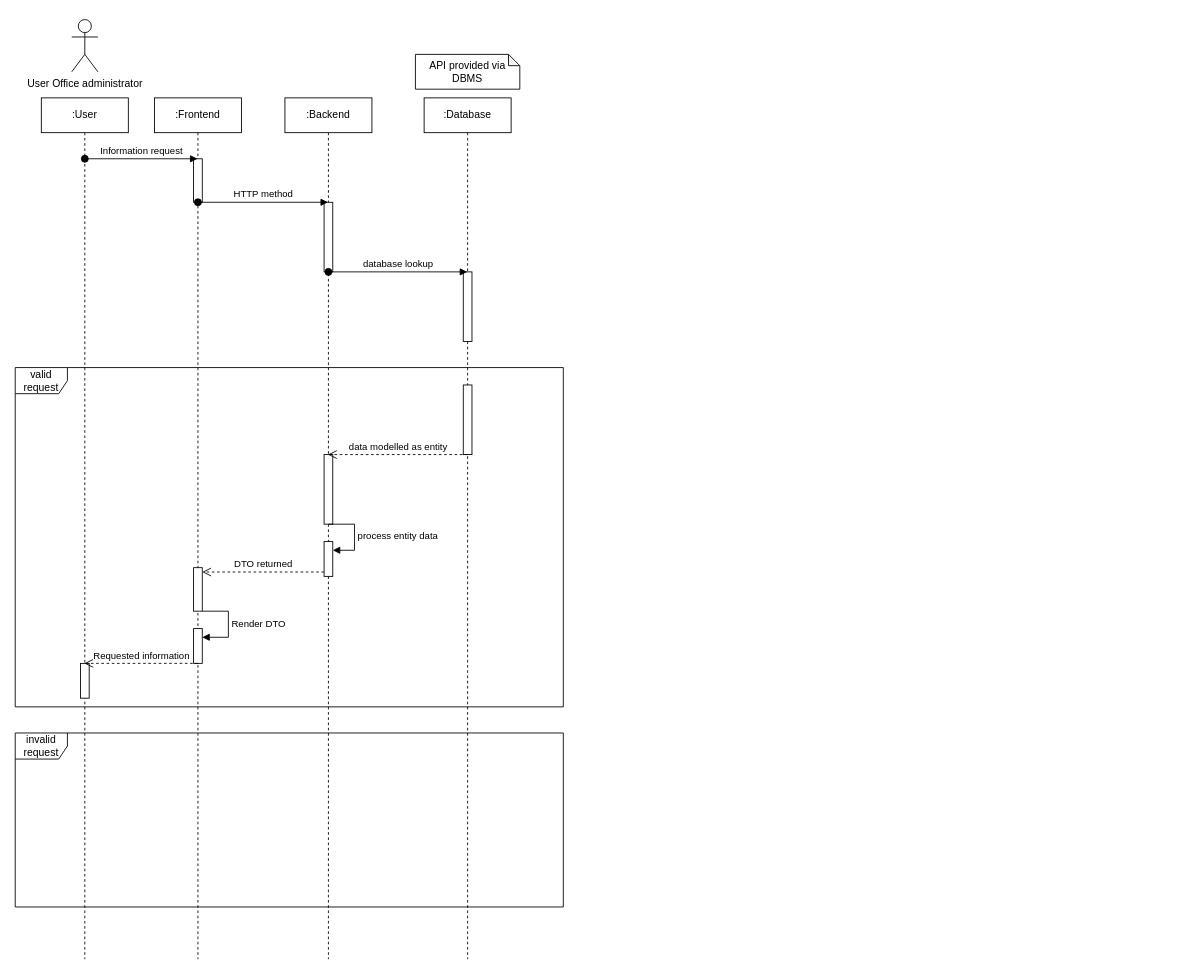
Before: Visits service diagram.drawio in ambolt314/FinalProjectDesign, a draw.io diagram. Source tidied: cells renumbered, new cells numbered last; positions are measured from the earlier drawing's top-left corner, leaving out a move shared by most shapes. Both pictures are drawn from the tidied source at 87%, with x=0, y=0 at pixel (15, 19).
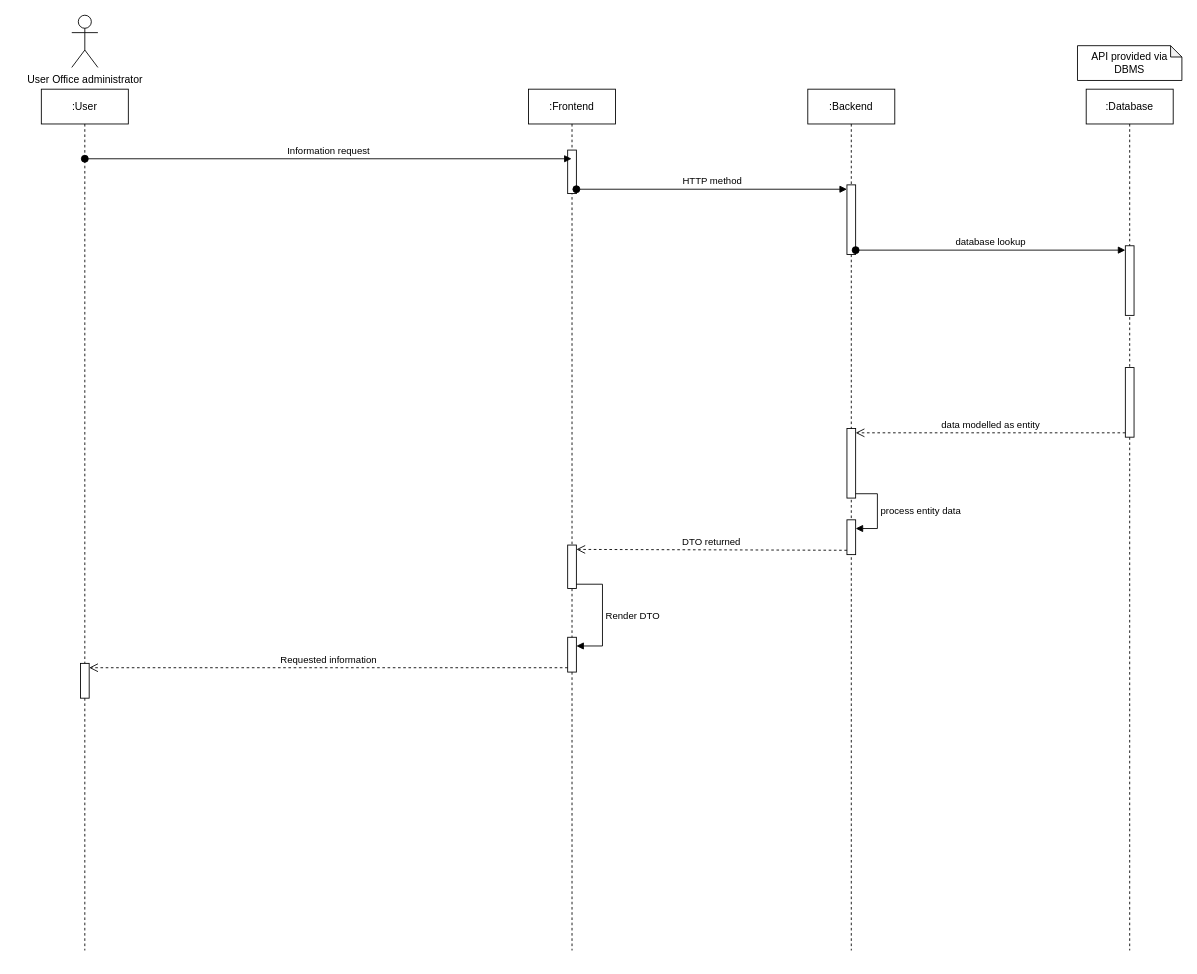
Above is the later version.

The change refers to these unchanged cells:
```xml
<mxCell id="3" style="html=1;points=[[0,0,0,0,5],[0,1,0,0,-5],[1,0,0,0,5],[1,1,0,0,-5]];perimeter=orthogonalPerimeter;outlineConnect=0;targetShapes=umlLifeline;portConstraint=eastwest;newEdgeStyle={&quot;curved&quot;:0,&quot;rounded&quot;:0};" parent="2" vertex="1">
  <mxGeometry x="45" y="70" width="10" height="50" as="geometry" />
</mxCell>
<mxCell id="25" style="html=1;points=[[0,0,0,0,5],[0,1,0,0,-5],[1,0,0,0,5],[1,1,0,0,-5]];perimeter=orthogonalPerimeter;outlineConnect=0;targetShapes=umlLifeline;portConstraint=eastwest;newEdgeStyle={&quot;curved&quot;:0,&quot;rounded&quot;:0};" parent="1" vertex="1">
  <mxGeometry x="75" y="740" width="10" height="40" as="geometry" />
</mxCell>
```

The edit, as a diff of the source:
```diff
@@
     <mxCell id="2" value=":Frontend" style="shape=umlLifeline;perimeter=lifelinePerimeter;whiteSpace=wrap;html=1;outlineConnect=0;portConstraint=eastwest;newEdgeStyle={&quot;curved&quot;:0,&quot;rounded&quot;:0};" parent="1" vertex="1">
-      <mxGeometry x="160" y="90" width="100" height="990" as="geometry" />
+      <mxGeometry x="590" y="80" width="100" height="990" as="geometry" />
     </mxCell>
@@
     <mxCell id="4" style="html=1;points=[[0,0,0,0,5],[0,1,0,0,-5],[1,0,0,0,5],[1,1,0,0,-5]];perimeter=orthogonalPerimeter;outlineConnect=0;targetShapes=umlLifeline;portConstraint=eastwest;newEdgeStyle={&quot;curved&quot;:0,&quot;rounded&quot;:0};" parent="2" vertex="1">
-      <mxGeometry x="45" y="540" width="10" height="50" as="geometry" />
+      <mxGeometry x="45" y="524" width="10" height="50" as="geometry" />
     </mxCell>
+    <mxCell id="23" style="html=1;points=[[0,0,0,0,5],[0,1,0,0,-5],[1,0,0,0,5],[1,1,0,0,-5]];perimeter=orthogonalPerimeter;outlineConnect=0;targetShapes=umlLifeline;portConstraint=eastwest;newEdgeStyle={&quot;curved&quot;:0,&quot;rounded&quot;:0};" parent="2" vertex="1">
+      <mxGeometry x="45" y="630" width="10" height="40" as="geometry" />
+    </mxCell>
+    <mxCell id="24" value="Render DTO" style="html=1;align=left;spacingLeft=2;endArrow=block;rounded=0;edgeStyle=orthogonalEdgeStyle;curved=0;rounded=0;exitX=1;exitY=1;exitDx=0;exitDy=-5;exitPerimeter=0;" parent="2" edge="1" source="4" target="23">
+      <mxGeometry relative="1" as="geometry">
+        <Array as="points">
+          <mxPoint x="85" y="569" />
+          <mxPoint x="85" y="640" />
+        </Array>
+      </mxGeometry>
+    </mxCell>
     <mxCell id="5" value=":Backend" style="shape=umlLifeline;perimeter=lifelinePerimeter;whiteSpace=wrap;html=1;outlineConnect=0;portConstraint=eastwest;newEdgeStyle={&quot;curved&quot;:0,&quot;rounded&quot;:0};" parent="1" vertex="1">
-      <mxGeometry x="310" y="90" width="100" height="990" as="geometry" />
+      <mxGeometry x="911" y="80" width="100" height="990" as="geometry" />
     </mxCell>
     <mxCell id="6" style="html=1;points=[[0,0,0,0,5],[0,1,0,0,-5],[1,0,0,0,5],[1,1,0,0,-5]];perimeter=orthogonalPerimeter;outlineConnect=0;targetShapes=umlLifeline;portConstraint=eastwest;newEdgeStyle={&quot;curved&quot;:0,&quot;rounded&quot;:0};" parent="5" vertex="1">
-      <mxGeometry x="45" y="120" width="10" height="80" as="geometry" />
+      <mxGeometry x="45" y="110" width="10" height="80" as="geometry" />
     </mxCell>
+    <mxCell id="18" style="html=1;points=[[0,0,0,0,5],[0,1,0,0,-5],[1,0,0,0,5],[1,1,0,0,-5]];perimeter=orthogonalPerimeter;outlineConnect=0;targetShapes=umlLifeline;portConstraint=eastwest;newEdgeStyle={&quot;curved&quot;:0,&quot;rounded&quot;:0};" parent="5" vertex="1">
+      <mxGeometry x="45" y="390" width="10" height="80" as="geometry" />
+    </mxCell>
+    <mxCell id="21" style="html=1;points=[[0,0,0,0,5],[0,1,0,0,-5],[1,0,0,0,5],[1,1,0,0,-5]];perimeter=orthogonalPerimeter;outlineConnect=0;targetShapes=umlLifeline;portConstraint=eastwest;newEdgeStyle={&quot;curved&quot;:0,&quot;rounded&quot;:0};" parent="5" vertex="1">
+      <mxGeometry x="45" y="495" width="10" height="40" as="geometry" />
+    </mxCell>
+    <mxCell id="22" value="process entity data" style="html=1;align=left;spacingLeft=2;endArrow=block;rounded=0;edgeStyle=orthogonalEdgeStyle;curved=0;rounded=0;exitX=1;exitY=1;exitDx=0;exitDy=-5;exitPerimeter=0;" parent="5" edge="1" source="18" target="21">
+      <mxGeometry relative="1" as="geometry">
+        <Array as="points">
+          <mxPoint x="80" y="465" />
+          <mxPoint x="80" y="505" />
+        </Array>
+      </mxGeometry>
+    </mxCell>
     <mxCell id="7" value=":Database" style="shape=umlLifeline;perimeter=lifelinePerimeter;whiteSpace=wrap;html=1;outlineConnect=0;portConstraint=eastwest;newEdgeStyle={&quot;curved&quot;:0,&quot;rounded&quot;:0};" parent="1" vertex="1">
-      <mxGeometry x="470" y="90" width="100" height="990" as="geometry" />
+      <mxGeometry x="1231" y="80" width="100" height="990" as="geometry" />
     </mxCell>
     <mxCell id="8" style="html=1;points=[[0,0,0,0,5],[0,1,0,0,-5],[1,0,0,0,5],[1,1,0,0,-5]];perimeter=orthogonalPerimeter;outlineConnect=0;targetShapes=umlLifeline;portConstraint=eastwest;newEdgeStyle={&quot;curved&quot;:0,&quot;rounded&quot;:0};" parent="7" vertex="1">
-      <mxGeometry x="45" y="200" width="10" height="80" as="geometry" />
+      <mxGeometry x="45" y="180" width="10" height="80" as="geometry" />
     </mxCell>
+    <mxCell id="17" style="html=1;points=[[0,0,0,0,5],[0,1,0,0,-5],[1,0,0,0,5],[1,1,0,0,-5]];perimeter=orthogonalPerimeter;outlineConnect=0;targetShapes=umlLifeline;portConstraint=eastwest;newEdgeStyle={&quot;curved&quot;:0,&quot;rounded&quot;:0};" parent="7" vertex="1">
+      <mxGeometry x="45" y="320" width="10" height="80" as="geometry" />
+    </mxCell>
     <mxCell id="9" value=":User" style="shape=umlLifeline;perimeter=lifelinePerimeter;whiteSpace=wrap;html=1;outlineConnect=0;portConstraint=eastwest;newEdgeStyle={&quot;curved&quot;:0,&quot;rounded&quot;:0};" parent="1" vertex="1">
-      <mxGeometry x="30" y="90" width="100" height="990" as="geometry" />
+      <mxGeometry x="30" y="80" width="100" height="990" as="geometry" />
     </mxCell>
     <mxCell id="10" value="User Office administrator" style="shape=umlActor;verticalLabelPosition=bottom;verticalAlign=top;html=1;" parent="1" vertex="1">
-      <mxGeometry x="65" width="30" height="60" as="geometry" />
+      <mxGeometry x="65" y="-5" width="30" height="60" as="geometry" />
     </mxCell>
     <mxCell id="11" value="API provided via DBMS" style="shape=note;whiteSpace=wrap;html=1;backgroundOutline=1;darkOpacity=0.05;size=13;" parent="1" vertex="1">
-      <mxGeometry x="460" y="40" width="120" height="40" as="geometry" />
+      <mxGeometry x="1221" y="30" width="120" height="40" as="geometry" />
     </mxCell>
@@
-    <mxCell id="13" value="HTTP method" style="html=1;verticalAlign=bottom;startArrow=oval;startFill=1;endArrow=block;startSize=8;curved=0;rounded=0;" parent="1" edge="1" target="5">
-      <mxGeometry relative="1" as="geometry">
-        <mxPoint x="210" y="210" as="sourcePoint" />
-      </mxGeometry>
+    <mxCell id="13" value="HTTP method" style="html=1;verticalAlign=bottom;startArrow=oval;startFill=1;endArrow=block;startSize=8;curved=0;rounded=0;exitX=1;exitY=1;exitDx=0;exitDy=-5;exitPerimeter=0;entryX=0;entryY=0;entryDx=0;entryDy=5;entryPerimeter=0;" parent="1" edge="1" source="3" target="6">
+      <mxGeometry relative="1" as="geometry" />
     </mxCell>
-    <mxCell id="14" value="database lookup" style="html=1;verticalAlign=bottom;startArrow=oval;startFill=1;endArrow=block;startSize=8;curved=0;rounded=0;" parent="1" edge="1" target="7">
-      <mxGeometry relative="1" as="geometry">
-        <mxPoint x="360" y="290" as="sourcePoint" />
-      </mxGeometry>
+    <mxCell id="14" value="database lookup" style="html=1;verticalAlign=bottom;startArrow=oval;startFill=1;endArrow=block;startSize=8;curved=0;rounded=0;exitX=1;exitY=1;exitDx=0;exitDy=-5;exitPerimeter=0;entryX=0;entryY=0;entryDx=0;entryDy=5;entryPerimeter=0;" parent="1" edge="1" source="6" target="8">
+      <mxGeometry relative="1" as="geometry" />
     </mxCell>
-    <mxCell id="15" value="valid request" style="shape=umlFrame;whiteSpace=wrap;html=1;" parent="1" vertex="1">
-      <mxGeometry y="400" width="630" height="390" as="geometry" />
-    </mxCell>
-    <mxCell id="16" value="invalid request" style="shape=umlFrame;whiteSpace=wrap;html=1;" parent="1" vertex="1">
-      <mxGeometry y="820" width="630" height="200" as="geometry" />
-    </mxCell>
-    <mxCell id="17" style="html=1;points=[[0,0,0,0,5],[0,1,0,0,-5],[1,0,0,0,5],[1,1,0,0,-5]];perimeter=orthogonalPerimeter;outlineConnect=0;targetShapes=umlLifeline;portConstraint=eastwest;newEdgeStyle={&quot;curved&quot;:0,&quot;rounded&quot;:0};" parent="1" vertex="1">
-      <mxGeometry x="515" y="420" width="10" height="80" as="geometry" />
-    </mxCell>
-    <mxCell id="18" style="html=1;points=[[0,0,0,0,5],[0,1,0,0,-5],[1,0,0,0,5],[1,1,0,0,-5]];perimeter=orthogonalPerimeter;outlineConnect=0;targetShapes=umlLifeline;portConstraint=eastwest;newEdgeStyle={&quot;curved&quot;:0,&quot;rounded&quot;:0};" parent="1" vertex="1">
-      <mxGeometry x="355" y="500" width="10" height="80" as="geometry" />
-    </mxCell>
-    <mxCell id="19" value="data modelled as entity" style="html=1;verticalAlign=bottom;endArrow=open;dashed=1;endSize=8;curved=0;rounded=0;" parent="1" edge="1" target="5">
-      <mxGeometry relative="1" as="geometry">
-        <mxPoint x="520" y="500" as="sourcePoint" />
-      </mxGeometry>
+    <mxCell id="19" value="data modelled as entity" style="html=1;verticalAlign=bottom;endArrow=open;dashed=1;endSize=8;curved=0;rounded=0;exitX=0;exitY=1;exitDx=0;exitDy=-5;exitPerimeter=0;entryX=1;entryY=0;entryDx=0;entryDy=5;entryPerimeter=0;" parent="1" edge="1" source="17" target="18">
+      <mxGeometry relative="1" as="geometry" />
     </mxCell>
-    <mxCell id="20" value="DTO returned" style="html=1;verticalAlign=bottom;endArrow=open;dashed=1;endSize=8;curved=0;rounded=0;exitX=0;exitY=1;exitDx=0;exitDy=-5;exitPerimeter=0;" parent="1" edge="1" source="21" target="4">
+    <mxCell id="20" value="DTO returned" style="html=1;verticalAlign=bottom;endArrow=open;dashed=1;endSize=8;curved=0;rounded=0;exitX=0;exitY=1;exitDx=0;exitDy=-5;exitPerimeter=0;entryX=1;entryY=0;entryDx=0;entryDy=5;entryPerimeter=0;" parent="1" edge="1" source="21" target="4">
       <mxGeometry relative="1" as="geometry" />
     </mxCell>
-    <mxCell id="21" style="html=1;points=[[0,0,0,0,5],[0,1,0,0,-5],[1,0,0,0,5],[1,1,0,0,-5]];perimeter=orthogonalPerimeter;outlineConnect=0;targetShapes=umlLifeline;portConstraint=eastwest;newEdgeStyle={&quot;curved&quot;:0,&quot;rounded&quot;:0};" parent="1" vertex="1">
-      <mxGeometry x="355" y="600" width="10" height="40" as="geometry" />
-    </mxCell>
-    <mxCell id="22" value="process entity data" style="html=1;align=left;spacingLeft=2;endArrow=block;rounded=0;edgeStyle=orthogonalEdgeStyle;curved=0;rounded=0;" parent="1" edge="1" target="21">
-      <mxGeometry relative="1" as="geometry">
-        <mxPoint x="360" y="580" as="sourcePoint" />
-        <Array as="points">
-          <mxPoint x="390" y="610" />
-        </Array>
-      </mxGeometry>
-    </mxCell>
-    <mxCell id="23" style="html=1;points=[[0,0,0,0,5],[0,1,0,0,-5],[1,0,0,0,5],[1,1,0,0,-5]];perimeter=orthogonalPerimeter;outlineConnect=0;targetShapes=umlLifeline;portConstraint=eastwest;newEdgeStyle={&quot;curved&quot;:0,&quot;rounded&quot;:0};" parent="1" vertex="1">
-      <mxGeometry x="205" y="700" width="10" height="40" as="geometry" />
-    </mxCell>
-    <mxCell id="24" value="Render DTO" style="html=1;align=left;spacingLeft=2;endArrow=block;rounded=0;edgeStyle=orthogonalEdgeStyle;curved=0;rounded=0;" parent="1" edge="1" target="23">
-      <mxGeometry relative="1" as="geometry">
-        <mxPoint x="215" y="680" as="sourcePoint" />
-        <Array as="points">
-          <mxPoint x="245" y="710" />
-        </Array>
-      </mxGeometry>
-    </mxCell>
@@
-    <mxCell id="26" value="Requested information" style="html=1;verticalAlign=bottom;endArrow=open;dashed=1;endSize=8;curved=0;rounded=0;" parent="1" edge="1" target="9">
-      <mxGeometry relative="1" as="geometry">
-        <mxPoint x="210" y="740" as="sourcePoint" />
-      </mxGeometry>
+    <mxCell id="26" value="Requested information" style="html=1;verticalAlign=bottom;endArrow=open;dashed=1;endSize=8;curved=0;rounded=0;exitX=0;exitY=1;exitDx=0;exitDy=-5;exitPerimeter=0;entryX=1;entryY=0;entryDx=0;entryDy=5;entryPerimeter=0;" parent="1" edge="1" source="23" target="25">
+      <mxGeometry relative="1" as="geometry" />
     </mxCell>
```
